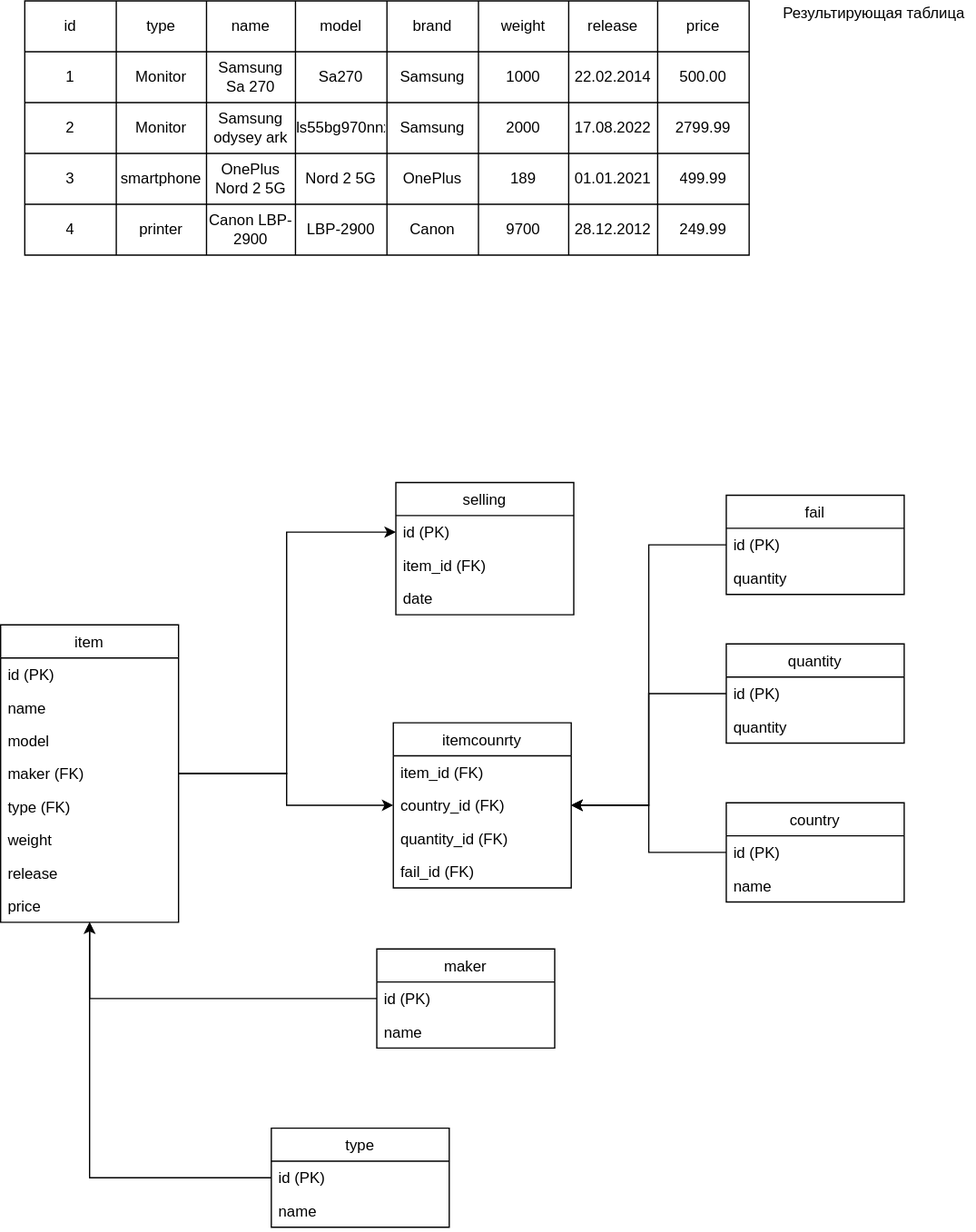
Before: resources/UML.drawio.svg, a diagram exported from draw.io (Plasmat1x/CourseProjectCS). Source tidied: cells renumbered, new cells last; positions are measured from the earlier drawing's top-left corner, leaving out a move shared by most shapes.
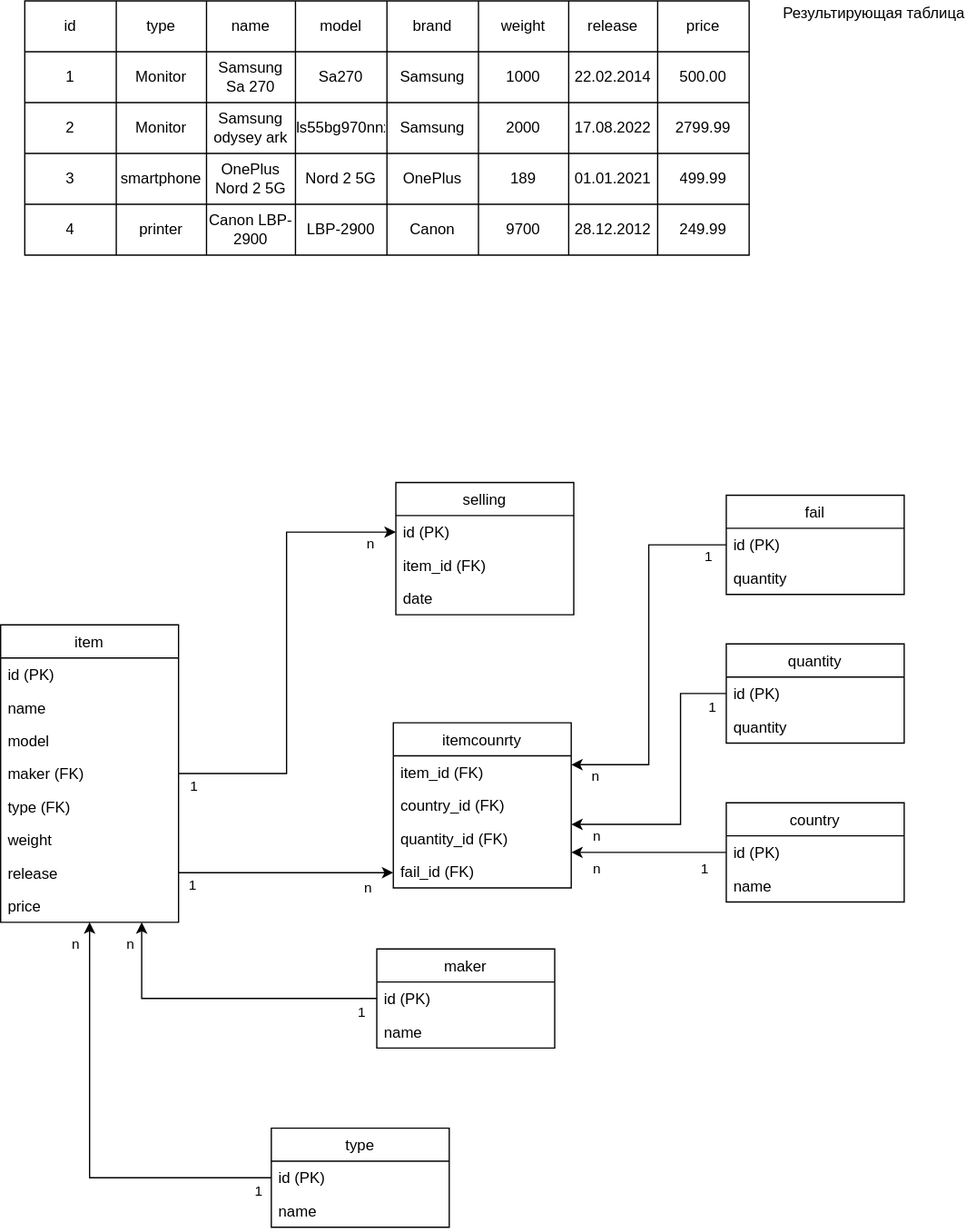
The same file after the commit.

The edit, as a diff of the source:
```diff
@@ -141,8 +141,22 @@
       <mxGeometry x="498" width="72" height="40" as="geometry" />
     </mxCell>
     <mxCell id="48" style="edgeStyle=orthogonalEdgeStyle;html=1;rounded=0;" parent="1" edge="1" source="49" target="58">
-      <mxGeometry relative="1" as="geometry" />
+      <mxGeometry relative="1" as="geometry">
+        <Array as="points">
+          <mxPoint x="111" y="785" />
+        </Array>
+      </mxGeometry>
     </mxCell>
+    <mxCell id="89" value="1" style="edgeLabel;html=1;align=center;verticalAlign=middle;" parent="48" vertex="1">
+      <mxGeometry x="-0.83" y="-1" relative="1" as="geometry">
+        <mxPoint x="8" y="12" as="offset" />
+      </mxGeometry>
+    </mxCell>
+    <mxCell id="90" value="n" style="edgeLabel;html=1;align=center;verticalAlign=middle;" parent="48" vertex="1">
+      <mxGeometry x="0.88" y="-1" relative="1" as="geometry">
+        <mxPoint x="-10" y="2" as="offset" />
+      </mxGeometry>
+    </mxCell>
     <mxCell id="49" value="maker" style="swimlane;fontStyle=0;horizontal=1;startSize=26;fillColor=none;" parent="1" vertex="1">
       <mxGeometry x="296" y="746" width="140" height="78" as="geometry" />
     </mxCell>
@@ -155,6 +169,16 @@
     <mxCell id="52" style="edgeStyle=orthogonalEdgeStyle;rounded=0;html=1;" parent="1" edge="1" source="53" target="58">
       <mxGeometry relative="1" as="geometry" />
     </mxCell>
+    <mxCell id="91" value="n" style="edgeLabel;html=1;align=center;verticalAlign=middle;" parent="52" vertex="1">
+      <mxGeometry x="0.91" y="-1" relative="1" as="geometry">
+        <mxPoint x="-12" y="2" as="offset" />
+      </mxGeometry>
+    </mxCell>
+    <mxCell id="92" value="1" style="edgeLabel;html=1;align=center;verticalAlign=middle;" parent="52" vertex="1">
+      <mxGeometry x="-0.88" y="1" relative="1" as="geometry">
+        <mxPoint x="10" y="10" as="offset" />
+      </mxGeometry>
+    </mxCell>
     <mxCell id="53" value="type" style="swimlane;fontStyle=0;horizontal=1;startSize=26;fillColor=none;" parent="1" vertex="1">
       <mxGeometry x="213" y="887" width="140" height="78" as="geometry" />
     </mxCell>
@@ -167,11 +191,21 @@
     <mxCell id="56" style="edgeStyle=orthogonalEdgeStyle;rounded=0;html=1;" parent="1" edge="1" source="58" target="68">
       <mxGeometry relative="1" as="geometry">
         <Array as="points">
-          <mxPoint x="225" y="608" />
-          <mxPoint x="225" y="633" />
+          <mxPoint x="264" y="686" />
+          <mxPoint x="264" y="686" />
         </Array>
       </mxGeometry>
     </mxCell>
+    <mxCell id="93" value="1" style="edgeLabel;html=1;align=center;verticalAlign=middle;" parent="56" vertex="1">
+      <mxGeometry x="-0.86" y="-2" relative="1" as="geometry">
+        <mxPoint x="-1" y="8" as="offset" />
+      </mxGeometry>
+    </mxCell>
+    <mxCell id="94" value="n" style="edgeLabel;html=1;align=center;verticalAlign=middle;" parent="56" vertex="1">
+      <mxGeometry x="0.79" y="-2" relative="1" as="geometry">
+        <mxPoint x="-2" y="10" as="offset" />
+      </mxGeometry>
+    </mxCell>
     <mxCell id="57" style="edgeStyle=orthogonalEdgeStyle;rounded=0;html=1;" parent="1" edge="1" source="58" target="81">
       <mxGeometry relative="1" as="geometry">
         <Array as="points">
@@ -180,6 +214,16 @@
         </Array>
       </mxGeometry>
     </mxCell>
+    <mxCell id="95" value="1" style="edgeLabel;html=1;align=center;verticalAlign=middle;" parent="57" vertex="1">
+      <mxGeometry x="-0.93" y="-2" relative="1" as="geometry">
+        <mxPoint y="8" as="offset" />
+      </mxGeometry>
+    </mxCell>
+    <mxCell id="96" value="n" style="edgeLabel;html=1;align=center;verticalAlign=middle;" parent="57" vertex="1">
+      <mxGeometry x="0.89" y="-1" relative="1" as="geometry">
+        <mxPoint x="-1" y="8" as="offset" />
+      </mxGeometry>
+    </mxCell>
     <mxCell id="58" value="item" style="swimlane;fontStyle=0;horizontal=1;startSize=26;fillColor=none;" parent="1" vertex="1">
       <mxGeometry y="491" width="140" height="234" as="geometry" />
     </mxCell>
@@ -226,8 +270,23 @@
       <mxGeometry y="104" width="140" height="26" as="geometry" />
     </mxCell>
     <mxCell id="73" style="edgeStyle=orthogonalEdgeStyle;html=1;rounded=0;" parent="1" edge="1" source="74" target="68">
-      <mxGeometry relative="1" as="geometry" />
+      <mxGeometry relative="1" as="geometry">
+        <Array as="points">
+          <mxPoint x="483" y="670" />
+          <mxPoint x="483" y="670" />
+        </Array>
+      </mxGeometry>
     </mxCell>
+    <mxCell id="97" value="1" style="edgeLabel;html=1;align=center;verticalAlign=middle;" parent="73" vertex="1">
+      <mxGeometry x="-0.74" y="-1" relative="1" as="geometry">
+        <mxPoint x="-2" y="14" as="offset" />
+      </mxGeometry>
+    </mxCell>
+    <mxCell id="98" value="n" style="edgeLabel;html=1;align=center;verticalAlign=middle;" parent="73" vertex="1">
+      <mxGeometry x="0.69" y="1" relative="1" as="geometry">
+        <mxPoint x="1" y="12" as="offset" />
+      </mxGeometry>
+    </mxCell>
     <mxCell id="74" value="country" style="swimlane;fontStyle=0;horizontal=1;startSize=26;fillColor=none;" parent="1" vertex="1">
       <mxGeometry x="571" y="631" width="140" height="78" as="geometry" />
     </mxCell>
@@ -238,8 +297,23 @@
       <mxGeometry y="52" width="140" height="26" as="geometry" />
     </mxCell>
     <mxCell id="77" style="edgeStyle=orthogonalEdgeStyle;rounded=0;html=1;" parent="1" edge="1" source="78" target="68">
-      <mxGeometry relative="1" as="geometry" />
+      <mxGeometry relative="1" as="geometry">
+        <Array as="points">
+          <mxPoint x="535" y="545" />
+          <mxPoint x="535" y="648" />
+        </Array>
+      </mxGeometry>
     </mxCell>
+    <mxCell id="99" value="1" style="edgeLabel;html=1;align=center;verticalAlign=middle;" parent="77" vertex="1">
+      <mxGeometry x="-0.92" y="1" relative="1" as="geometry">
+        <mxPoint x="-2" y="10" as="offset" />
+      </mxGeometry>
+    </mxCell>
+    <mxCell id="100" value="n" style="edgeLabel;html=1;align=center;verticalAlign=middle;" parent="77" vertex="1">
+      <mxGeometry x="0.82" y="-1" relative="1" as="geometry">
+        <mxPoint x="-1" y="10" as="offset" />
+      </mxGeometry>
+    </mxCell>
     <mxCell id="78" value="quantity" style="swimlane;fontStyle=0;horizontal=1;startSize=26;fillColor=none;" parent="1" vertex="1">
       <mxGeometry x="571" y="506" width="140" height="78" as="geometry" />
     </mxCell>
@@ -265,10 +339,20 @@
       <mxGeometry relative="1" as="geometry">
         <Array as="points">
           <mxPoint x="510" y="428" />
-          <mxPoint x="510" y="633" />
+          <mxPoint x="510" y="601" />
         </Array>
       </mxGeometry>
     </mxCell>
+    <mxCell id="101" value="1" style="edgeLabel;html=1;align=center;verticalAlign=middle;" parent="85" vertex="1">
+      <mxGeometry x="-0.9" y="1" relative="1" as="geometry">
+        <mxPoint x="1" y="8" as="offset" />
+      </mxGeometry>
+    </mxCell>
+    <mxCell id="102" value="n" style="edgeLabel;html=1;align=center;verticalAlign=middle;" parent="85" vertex="1">
+      <mxGeometry x="0.87" y="1" relative="1" as="geometry">
+        <mxPoint y="8" as="offset" />
+      </mxGeometry>
+    </mxCell>
     <mxCell id="86" value="fail" style="swimlane;fontStyle=0;horizontal=1;startSize=26;fillColor=none;" parent="1" vertex="1">
       <mxGeometry x="571" y="389" width="140" height="78" as="geometry" />
     </mxCell>
```
